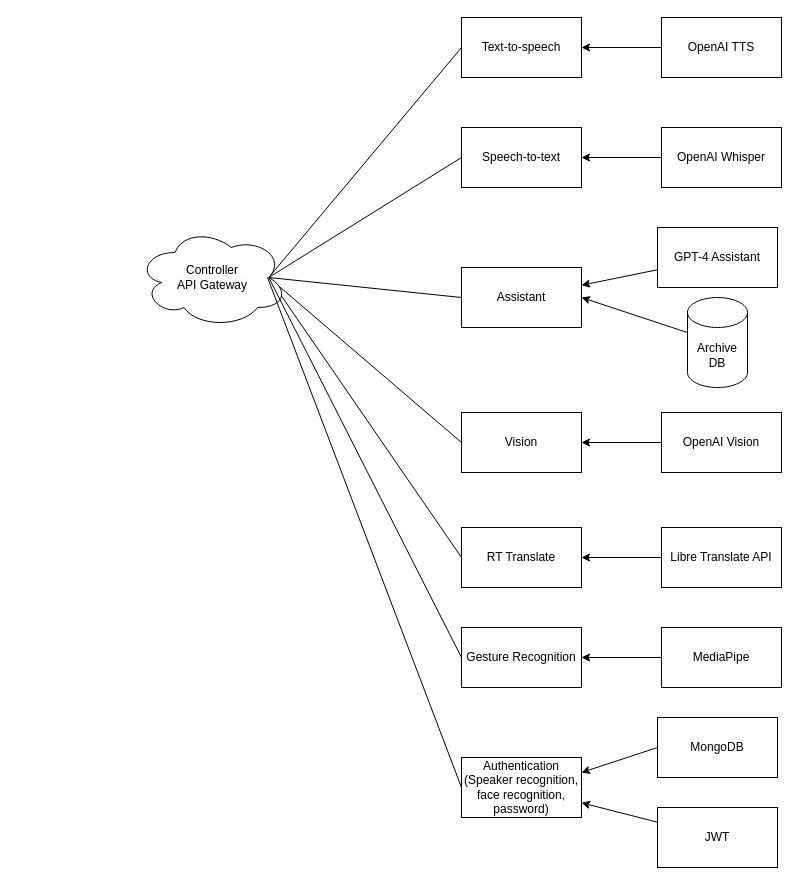
This is page "Microservices" (2 of 2) of Architecture.drawio from Thorwig/C.H.I.P, a draw.io file, before an edit. Source tidied: cells renumbered, new cells numbered last; positions are measured from the earlier drawing's top-left corner, leaving out a move shared by most shapes. Both pictures are drawn from the tidied source at 100%, with x=0, y=0 at pixel (137, 17).
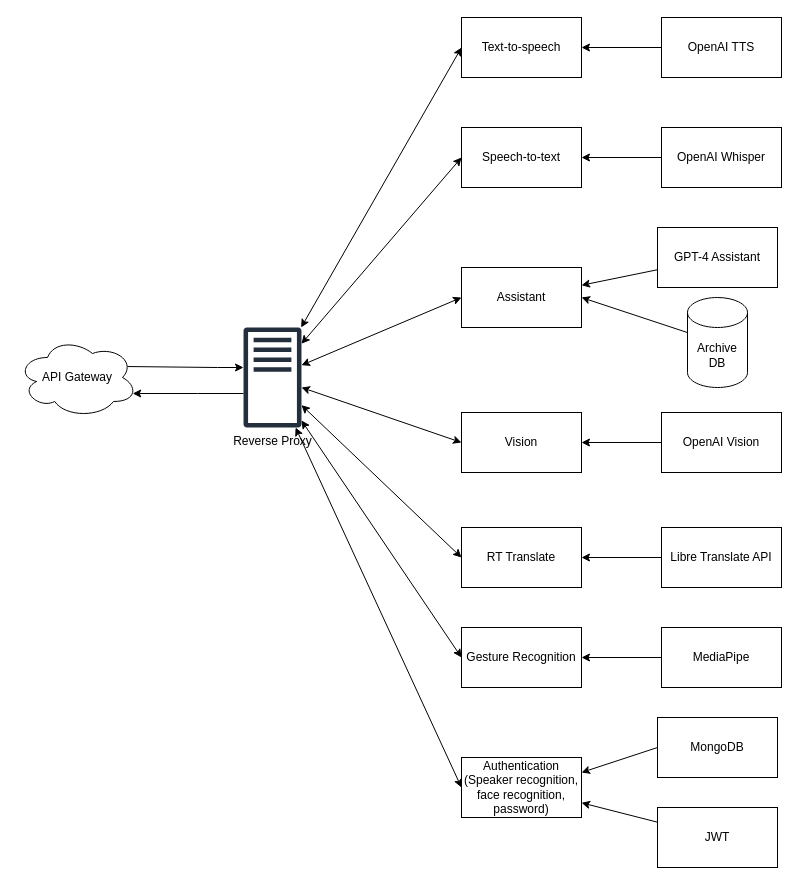
The same diagram, later.

Commit message (it also covers changes not shown here):
feat(architecture): add reverse proxy

Unchanged cells that the change refers to:
```xml
<mxCell id="3" value="Text-to-speech" style="whiteSpace=wrap;html=1;rounded=0;" parent="1" vertex="1">
  <mxGeometry x="324" width="120" height="60" as="geometry" />
</mxCell>
<mxCell id="5" value="Speech-to-text" style="whiteSpace=wrap;html=1;rounded=0;" parent="1" vertex="1">
  <mxGeometry x="324" y="110" width="120" height="60" as="geometry" />
</mxCell>
<mxCell id="8" value="Assistant" style="whiteSpace=wrap;html=1;rounded=0;" parent="1" vertex="1">
  <mxGeometry x="324" y="250" width="120" height="60" as="geometry" />
</mxCell>
<mxCell id="9" value="Vision" style="whiteSpace=wrap;html=1;rounded=0;" parent="1" vertex="1">
  <mxGeometry x="324" y="395" width="120" height="60" as="geometry" />
</mxCell>
<mxCell id="11" value="RT Translate" style="whiteSpace=wrap;html=1;rounded=0;" parent="1" vertex="1">
  <mxGeometry x="324" y="510" width="120" height="60" as="geometry" />
</mxCell>
<mxCell id="26" value="Gesture Recognition" style="whiteSpace=wrap;html=1;rounded=0;" parent="1" vertex="1">
  <mxGeometry x="324" y="610" width="120" height="60" as="geometry" />
</mxCell>
<mxCell id="30" value="&lt;div&gt;Authentication&lt;/div&gt;&lt;div&gt;(Speaker recognition, face recognition, password)&lt;br&gt;&lt;/div&gt;" style="whiteSpace=wrap;html=1;rounded=0;" parent="1" vertex="1">
  <mxGeometry x="324" y="740" width="120" height="60" as="geometry" />
</mxCell>
```

What changed in the source:
```diff
@@
-    <mxCell id="16" style="rounded=0;jettySize=auto;html=1;entryX=0;entryY=0.5;entryDx=0;entryDy=0;exitX=0.875;exitY=0.5;exitDx=0;exitDy=0;exitPerimeter=0;endArrow=none;endFill=0;" parent="1" edge="1" source="21" target="3">
+    <mxCell id="16" style="rounded=0;jettySize=auto;html=1;entryX=0;entryY=0.5;entryDx=0;entryDy=0;endArrow=classic;endFill=1;startArrow=classic;startFill=1;" parent="1" edge="1" source="21" target="3">
       <mxGeometry relative="1" as="geometry" />
     </mxCell>
-    <mxCell id="17" style="rounded=0;jettySize=auto;html=1;exitX=0.875;exitY=0.5;exitDx=0;exitDy=0;exitPerimeter=0;entryX=0;entryY=0.5;entryDx=0;entryDy=0;endArrow=none;endFill=0;" parent="1" edge="1" source="21" target="5">
+    <mxCell id="17" style="rounded=0;jettySize=auto;html=1;entryX=0;entryY=0.5;entryDx=0;entryDy=0;endArrow=classic;endFill=1;startArrow=classic;startFill=1;" parent="1" edge="1" source="21" target="5">
       <mxGeometry relative="1" as="geometry" />
     </mxCell>
-    <mxCell id="18" style="rounded=0;jettySize=auto;html=1;exitX=0.875;exitY=0.5;exitDx=0;exitDy=0;exitPerimeter=0;entryX=0;entryY=0.5;entryDx=0;entryDy=0;endArrow=none;endFill=0;" parent="1" edge="1" source="21" target="8">
+    <mxCell id="18" style="rounded=0;jettySize=auto;html=1;entryX=0;entryY=0.5;entryDx=0;entryDy=0;endArrow=classic;endFill=1;startArrow=classic;startFill=1;" parent="1" edge="1" source="21" target="8">
       <mxGeometry relative="1" as="geometry" />
     </mxCell>
-    <mxCell id="19" style="rounded=0;jettySize=auto;html=1;exitX=0.875;exitY=0.5;exitDx=0;exitDy=0;exitPerimeter=0;entryX=0;entryY=0.5;entryDx=0;entryDy=0;endArrow=none;endFill=0;" parent="1" edge="1" source="21" target="9">
+    <mxCell id="19" style="rounded=0;jettySize=auto;html=1;entryX=0;entryY=0.5;entryDx=0;entryDy=0;endArrow=classic;endFill=1;startArrow=classic;startFill=1;" parent="1" edge="1" source="21" target="9">
       <mxGeometry relative="1" as="geometry" />
     </mxCell>
-    <mxCell id="20" style="rounded=0;jettySize=auto;html=1;exitX=0.875;exitY=0.5;exitDx=0;exitDy=0;exitPerimeter=0;entryX=0;entryY=0.5;entryDx=0;entryDy=0;endArrow=none;endFill=0;" parent="1" edge="1" source="21" target="11">
+    <mxCell id="20" style="rounded=0;jettySize=auto;html=1;entryX=0;entryY=0.5;entryDx=0;entryDy=0;endArrow=classic;endFill=1;startArrow=classic;startFill=1;" parent="1" edge="1" source="21" target="11">
       <mxGeometry relative="1" as="geometry" />
     </mxCell>
-    <mxCell id="21" value="&lt;span style=&quot;color: rgb(0, 0, 0); font-family: Helvetica; font-size: 12px; font-style: normal; font-variant-ligatures: normal; font-variant-caps: normal; font-weight: 400; letter-spacing: normal; orphans: 2; text-align: center; text-indent: 0px; text-transform: none; widows: 2; word-spacing: 0px; -webkit-text-stroke-width: 0px; background-color: rgb(251, 251, 251); text-decoration-thickness: initial; text-decoration-style: initial; text-decoration-color: initial; float: none; display: inline !important;&quot;&gt;Controller&lt;/span&gt;&lt;br style=&quot;border-color: var(--border-color); color: rgb(0, 0, 0); font-family: Helvetica; font-size: 12px; font-style: normal; font-variant-ligatures: normal; font-variant-caps: normal; font-weight: 400; letter-spacing: normal; orphans: 2; text-align: center; text-indent: 0px; text-transform: none; widows: 2; word-spacing: 0px; -webkit-text-stroke-width: 0px; background-color: rgb(251, 251, 251); text-decoration-thickness: initial; text-decoration-style: initial; text-decoration-color: initial;&quot;&gt;&lt;span style=&quot;color: rgb(0, 0, 0); font-family: Helvetica; font-size: 12px; font-style: normal; font-variant-ligatures: normal; font-variant-caps: normal; font-weight: 400; letter-spacing: normal; orphans: 2; text-align: center; text-indent: 0px; text-transform: none; widows: 2; word-spacing: 0px; -webkit-text-stroke-width: 0px; background-color: rgb(251, 251, 251); text-decoration-thickness: initial; text-decoration-style: initial; text-decoration-color: initial; float: none; display: inline !important;&quot;&gt;API Gateway&lt;/span&gt;" style="ellipse;shape=cloud;whiteSpace=wrap;html=1;" parent="1" vertex="1">
-      <mxGeometry y="210" width="150" height="100" as="geometry" />
+    <mxCell id="21" value="&lt;div&gt;&lt;span style=&quot;color: rgb(0, 0, 0); font-family: Helvetica; font-size: 12px; font-style: normal; font-variant-ligatures: normal; font-variant-caps: normal; font-weight: 400; letter-spacing: normal; orphans: 2; text-align: center; text-indent: 0px; text-transform: none; widows: 2; word-spacing: 0px; -webkit-text-stroke-width: 0px; background-color: rgb(251, 251, 251); text-decoration-thickness: initial; text-decoration-style: initial; text-decoration-color: initial; float: none; display: inline !important;&quot;&gt;Reverse Proxy&lt;/span&gt;&lt;/div&gt;&lt;div&gt;&lt;span style=&quot;color: rgb(0, 0, 0); font-family: Helvetica; font-size: 12px; font-style: normal; font-variant-ligatures: normal; font-variant-caps: normal; font-weight: 400; letter-spacing: normal; orphans: 2; text-align: center; text-indent: 0px; text-transform: none; widows: 2; word-spacing: 0px; -webkit-text-stroke-width: 0px; background-color: rgb(251, 251, 251); text-decoration-thickness: initial; text-decoration-style: initial; text-decoration-color: initial; float: none; display: inline !important;&quot;&gt;&lt;/span&gt;&lt;/div&gt;" style="sketch=0;outlineConnect=0;fontColor=#232F3E;gradientColor=none;fillColor=#232F3D;strokeColor=none;dashed=0;verticalLabelPosition=bottom;verticalAlign=top;align=center;html=1;fontSize=12;fontStyle=0;shape=mxgraph.aws4.traditional_server;" parent="1" vertex="1">
+      <mxGeometry x="60" y="310" width="150" height="100" as="geometry" />
     </mxCell>
@@
-    <mxCell id="27" style="rounded=0;jettySize=auto;html=1;exitX=0.875;exitY=0.5;exitDx=0;exitDy=0;exitPerimeter=0;endArrow=none;endFill=0;entryX=0;entryY=0.5;entryDx=0;entryDy=0;" parent="1" edge="1" source="21" target="26">
+    <mxCell id="27" style="rounded=0;jettySize=auto;html=1;endArrow=classic;endFill=1;entryX=0;entryY=0.5;entryDx=0;entryDy=0;startArrow=classic;startFill=1;" parent="1" edge="1" source="21" target="26">
       <mxGeometry relative="1" as="geometry" />
     </mxCell>
@@
-    <mxCell id="29" style="rounded=0;jettySize=auto;html=1;endArrow=none;endFill=0;entryX=0;entryY=0.5;entryDx=0;entryDy=0;" parent="1" edge="1" target="30">
-      <mxGeometry relative="1" as="geometry">
-        <mxPoint x="130" y="260" as="sourcePoint" />
-      </mxGeometry>
+    <mxCell id="29" style="rounded=0;jettySize=auto;html=1;endArrow=classic;endFill=1;entryX=0;entryY=0.5;entryDx=0;entryDy=0;startArrow=classic;startFill=1;" parent="1" edge="1" source="21" target="30">
+      <mxGeometry relative="1" as="geometry" />
     </mxCell>
@@
+    <mxCell id="35" style="edgeStyle=orthogonalEdgeStyle;rounded=0;jettySize=auto;html=1;exitX=0.917;exitY=0.363;exitDx=0;exitDy=0;exitPerimeter=0;" parent="1" edge="1" source="37" target="21">
+      <mxGeometry relative="1" as="geometry">
+        <Array as="points">
+          <mxPoint x="80" y="350" />
+          <mxPoint x="80" y="350" />
+        </Array>
+      </mxGeometry>
+    </mxCell>
+    <mxCell id="36" style="edgeStyle=orthogonalEdgeStyle;rounded=0;jettySize=auto;html=1;exitX=0.96;exitY=0.7;exitDx=0;exitDy=0;exitPerimeter=0;startArrow=classic;startFill=1;endArrow=none;endFill=0;" parent="1" edge="1" source="37" target="21">
+      <mxGeometry relative="1" as="geometry">
+        <Array as="points">
+          <mxPoint x="60" y="376" />
+          <mxPoint x="60" y="376" />
+        </Array>
+      </mxGeometry>
+    </mxCell>
+    <mxCell id="37" value="&lt;div&gt;API Gateway&lt;/div&gt;" style="ellipse;shape=cloud;whiteSpace=wrap;html=1;" parent="1" vertex="1">
+      <mxGeometry x="-120" y="320" width="120" height="80" as="geometry" />
+    </mxCell>
```
